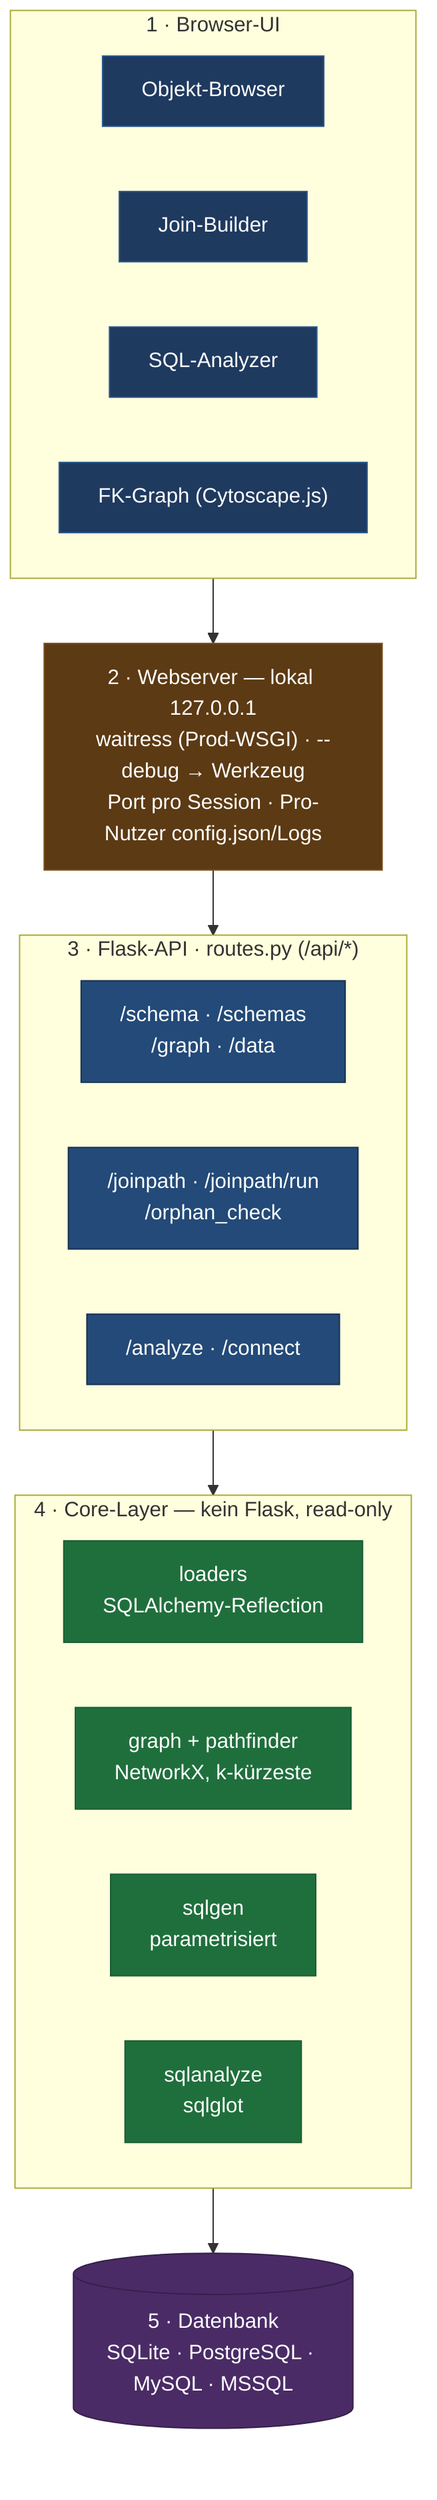
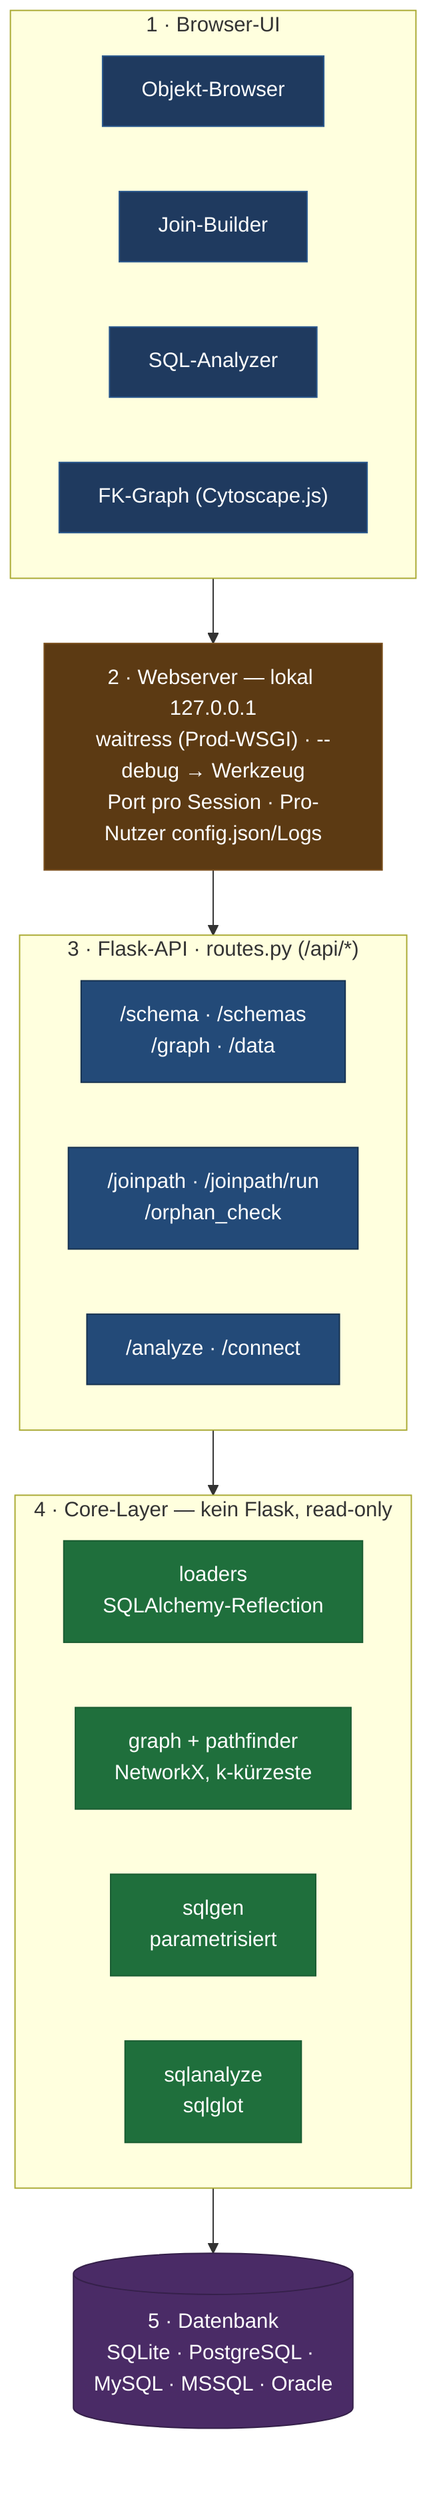
graph TB
    classDef ui   fill:#1f3a5f,color:#fff,stroke:#2c5a8f,stroke-width:1px
    classDef srv  fill:#5c3a13,color:#fff,stroke:#7a4f1d,stroke-width:1px
    classDef api  fill:#234a78,color:#fff,stroke:#16314f,stroke-width:1px
    classDef core fill:#1f6f3c,color:#fff,stroke:#1a5c32,stroke-width:1px
    classDef db   fill:#4a2b66,color:#fff,stroke:#35204a,stroke-width:1px

    subgraph L1["1 · Browser-UI"]
        direction LR
        OB["Objekt-Browser"]
        JB["Join-Builder"]
        AN["SQL-Analyzer"]
        GR["FK-Graph (Cytoscape.js)"]
    end

    WS["2 · Webserver — lokal 127.0.0.1\nwaitress (Prod-WSGI) · --debug → Werkzeug\nPort pro Session · Pro-Nutzer config.json/Logs"]

    subgraph L3["3 · Flask-API · routes.py (/api/*)"]
        direction LR
        A1["/schema · /schemas\n/graph · /data"]
        A2["/joinpath · /joinpath/run\n/orphan_check"]
        A3["/analyze · /connect"]
    end

    subgraph L4["4 · Core-Layer — kein Flask, read-only"]
        direction LR
        C1["loaders\nSQLAlchemy-Reflection"]
        C2["graph + pathfinder\nNetworkX, k-kürzeste"]
        C3["sqlgen\nparametrisiert"]
        C4["sqlanalyze\nsqlglot"]
    end

-     DB[("5 · Datenbank\nSQLite · PostgreSQL · MySQL · MSSQL")]
+     DB[("5 · Datenbank\nSQLite · PostgreSQL · MySQL · MSSQL · Oracle")]

    L1 --> WS
    WS --> L3
    L3 --> L4
    L4 --> DB

    class OB,JB,AN,GR ui
    class WS srv
    class A1,A2,A3 api
    class C1,C2,C3,C4 core
    class DB db
